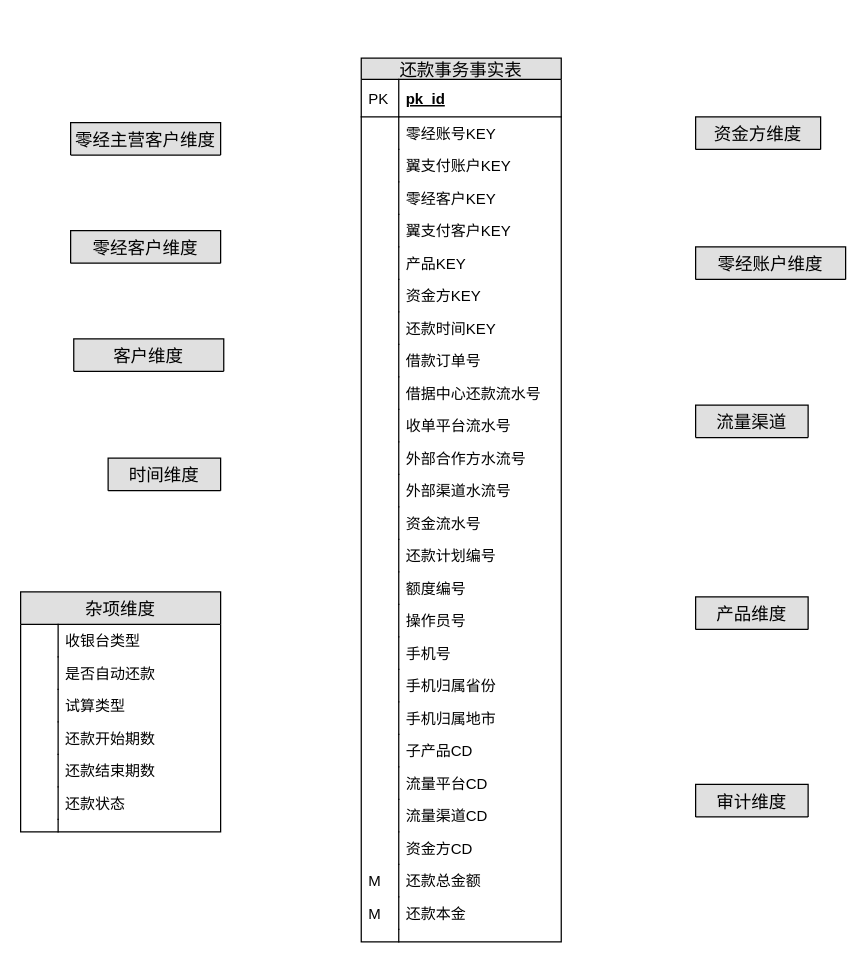
CarryNi/Orange keeps this draw.io diagram as page "还款" (4 of 6) of 零经交易域.drawio. Above is the earlier version. Source tidied: cells renumbered, new cells numbered last; positions are measured from the earlier drawing's top-left corner, leaving out a move shared by most shapes. Both pictures are drawn from the tidied source at 125%, with x=0, y=0 at pixel (20, 58).
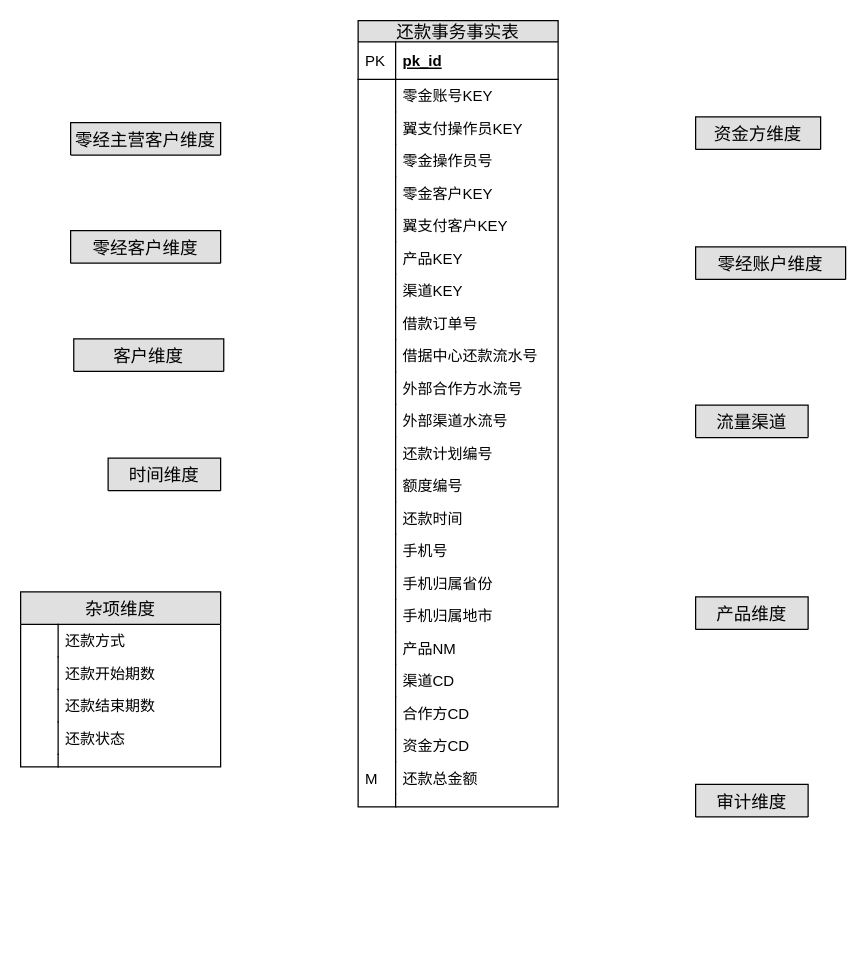
The same page after the edit.

Diff of the diagram source:
```diff
@@
     <mxCell id="2" value="还款事务事实表" style="swimlane;fontStyle=0;horizontal=1;startSize=17;fillColor=#e0e0e0;swimlaneFillColor=#ffffff;align=center;fontSize=14;" parent="1" vertex="1">
-      <mxGeometry x="272.5" width="160" height="707" as="geometry" />
+      <mxGeometry x="270" y="-30" width="160" height="629" as="geometry" />
     </mxCell>
@@
-    <mxCell id="5" value="零经账号KEY" style="shape=partialRectangle;top=0;left=0;right=0;bottom=0;align=left;verticalAlign=top;fillColor=none;spacingLeft=34;spacingRight=4;overflow=hidden;fontSize=12;" parent="2" vertex="1">
+    <mxCell id="5" value="零金账号KEY" style="shape=partialRectangle;top=0;left=0;right=0;bottom=0;align=left;verticalAlign=top;fillColor=none;spacingLeft=34;spacingRight=4;overflow=hidden;fontSize=12;" parent="2" vertex="1">
       <mxGeometry y="47" width="160" height="26" as="geometry" />
     </mxCell>
@@
-    <mxCell id="7" value="翼支付账户KEY" style="shape=partialRectangle;top=0;left=0;right=0;bottom=0;align=left;verticalAlign=top;fillColor=none;spacingLeft=34;spacingRight=4;overflow=hidden;fontSize=12;" parent="2" vertex="1">
+    <mxCell id="7" value="翼支付操作员KEY" style="shape=partialRectangle;top=0;left=0;right=0;bottom=0;align=left;verticalAlign=top;fillColor=none;spacingLeft=34;spacingRight=4;overflow=hidden;fontSize=12;" parent="2" vertex="1">
       <mxGeometry y="73" width="160" height="26" as="geometry" />
     </mxCell>
@@
+    <mxCell id="35" value="零金操作员号" style="shape=partialRectangle;top=0;left=0;right=0;bottom=0;align=left;verticalAlign=top;fillColor=none;spacingLeft=34;spacingRight=4;overflow=hidden;fontSize=12;" parent="2" vertex="1">
+      <mxGeometry y="99" width="160" height="26" as="geometry" />
+    </mxCell>
+    <mxCell id="36" style="shape=partialRectangle;top=0;left=0;bottom=0;fillColor=none;align=left;verticalAlign=top;spacingLeft=4;spacingRight=4;overflow=hidden;fontSize=12;" parent="35" vertex="1">
+      <mxGeometry width="30" height="26" as="geometry" />
+    </mxCell>
-    <mxCell id="9" value="零经客户KEY" style="shape=partialRectangle;top=0;left=0;right=0;bottom=0;align=left;verticalAlign=top;fillColor=none;spacingLeft=34;spacingRight=4;overflow=hidden;fontSize=12;" parent="2" vertex="1">
-      <mxGeometry y="99" width="160" height="26" as="geometry" />
+    <mxCell id="9" value="零金客户KEY" style="shape=partialRectangle;top=0;left=0;right=0;bottom=0;align=left;verticalAlign=top;fillColor=none;spacingLeft=34;spacingRight=4;overflow=hidden;fontSize=12;" parent="2" vertex="1">
+      <mxGeometry y="125" width="160" height="26" as="geometry" />
     </mxCell>
@@
     <mxCell id="11" value="翼支付客户KEY" style="shape=partialRectangle;top=0;left=0;right=0;bottom=0;align=left;verticalAlign=top;fillColor=none;spacingLeft=34;spacingRight=4;overflow=hidden;fontSize=12;" parent="2" vertex="1">
-      <mxGeometry y="125" width="160" height="26" as="geometry" />
+      <mxGeometry y="151" width="160" height="26" as="geometry" />
     </mxCell>
@@
     <mxCell id="13" value="产品KEY" style="shape=partialRectangle;top=0;left=0;right=0;bottom=0;align=left;verticalAlign=top;fillColor=none;spacingLeft=34;spacingRight=4;overflow=hidden;fontSize=12;" parent="2" vertex="1">
-      <mxGeometry y="151" width="160" height="26" as="geometry" />
+      <mxGeometry y="177" width="160" height="26" as="geometry" />
     </mxCell>
@@
-    <mxCell id="15" value="资金方KEY" style="shape=partialRectangle;top=0;left=0;right=0;bottom=0;align=left;verticalAlign=top;fillColor=none;spacingLeft=34;spacingRight=4;overflow=hidden;fontSize=12;" parent="2" vertex="1">
-      <mxGeometry y="177" width="160" height="26" as="geometry" />
-    </mxCell>
-    <mxCell id="16" style="shape=partialRectangle;top=0;left=0;bottom=0;fillColor=none;align=left;verticalAlign=top;spacingLeft=4;spacingRight=4;overflow=hidden;fontSize=12;" parent="15" vertex="1">
-      <mxGeometry width="30" height="26" as="geometry" />
-    </mxCell>
-    <mxCell id="17" value="还款时间KEY" style="shape=partialRectangle;top=0;left=0;right=0;bottom=0;align=left;verticalAlign=top;fillColor=none;spacingLeft=34;spacingRight=4;overflow=hidden;fontSize=12;" parent="2" vertex="1">
-      <mxGeometry y="203" width="160" height="26" as="geometry" />
-    </mxCell>
-    <mxCell id="18" style="shape=partialRectangle;top=0;left=0;bottom=0;fillColor=none;align=left;verticalAlign=top;spacingLeft=4;spacingRight=4;overflow=hidden;fontSize=12;" parent="17" vertex="1">
-      <mxGeometry width="30" height="26" as="geometry" />
-    </mxCell>
+    <mxCell id="81" value="渠道KEY" style="shape=partialRectangle;top=0;left=0;right=0;bottom=0;align=left;verticalAlign=top;fillColor=none;spacingLeft=34;spacingRight=4;overflow=hidden;fontSize=12;" parent="2" vertex="1">
+      <mxGeometry y="203" width="160" height="26" as="geometry" />
+    </mxCell>
+    <mxCell id="82" style="shape=partialRectangle;top=0;left=0;bottom=0;fillColor=none;align=left;verticalAlign=top;spacingLeft=4;spacingRight=4;overflow=hidden;fontSize=12;" parent="81" vertex="1">
+      <mxGeometry width="30" height="26" as="geometry" />
+    </mxCell>
@@
-    <mxCell id="23" value="收单平台流水号 " style="shape=partialRectangle;top=0;left=0;right=0;bottom=0;align=left;verticalAlign=top;fillColor=none;spacingLeft=34;spacingRight=4;overflow=hidden;fontSize=12;" parent="2" vertex="1">
-      <mxGeometry y="281" width="160" height="26" as="geometry" />
-    </mxCell>
-    <mxCell id="24" style="shape=partialRectangle;top=0;left=0;bottom=0;fillColor=none;align=left;verticalAlign=top;spacingLeft=4;spacingRight=4;overflow=hidden;fontSize=12;" parent="23" vertex="1">
-      <mxGeometry width="30" height="26" as="geometry" />
-    </mxCell>
     <mxCell id="25" value="外部合作方水流号" style="shape=partialRectangle;top=0;left=0;right=0;bottom=0;align=left;verticalAlign=top;fillColor=none;spacingLeft=34;spacingRight=4;overflow=hidden;fontSize=12;" parent="2" vertex="1">
-      <mxGeometry y="307" width="160" height="26" as="geometry" />
+      <mxGeometry y="281" width="160" height="26" as="geometry" />
     </mxCell>
@@
     <mxCell id="27" value="外部渠道水流号" style="shape=partialRectangle;top=0;left=0;right=0;bottom=0;align=left;verticalAlign=top;fillColor=none;spacingLeft=34;spacingRight=4;overflow=hidden;fontSize=12;" parent="2" vertex="1">
-      <mxGeometry y="333" width="160" height="26" as="geometry" />
+      <mxGeometry y="307" width="160" height="26" as="geometry" />
     </mxCell>
@@
-    <mxCell id="29" value="资金流水号" style="shape=partialRectangle;top=0;left=0;right=0;bottom=0;align=left;verticalAlign=top;fillColor=none;spacingLeft=34;spacingRight=4;overflow=hidden;fontSize=12;" parent="2" vertex="1">
-      <mxGeometry y="359" width="160" height="26" as="geometry" />
-    </mxCell>
-    <mxCell id="30" style="shape=partialRectangle;top=0;left=0;bottom=0;fillColor=none;align=left;verticalAlign=top;spacingLeft=4;spacingRight=4;overflow=hidden;fontSize=12;" parent="29" vertex="1">
-      <mxGeometry width="30" height="26" as="geometry" />
-    </mxCell>
     <mxCell id="31" value="还款计划编号 " style="shape=partialRectangle;top=0;left=0;right=0;bottom=0;align=left;verticalAlign=top;fillColor=none;spacingLeft=34;spacingRight=4;overflow=hidden;fontSize=12;" parent="2" vertex="1">
-      <mxGeometry y="385" width="160" height="26" as="geometry" />
+      <mxGeometry y="333" width="160" height="26" as="geometry" />
     </mxCell>
@@
     <mxCell id="33" value="额度编号" style="shape=partialRectangle;top=0;left=0;right=0;bottom=0;align=left;verticalAlign=top;fillColor=none;spacingLeft=34;spacingRight=4;overflow=hidden;fontSize=12;" parent="2" vertex="1">
-      <mxGeometry y="411" width="160" height="26" as="geometry" />
+      <mxGeometry y="359" width="160" height="26" as="geometry" />
     </mxCell>
@@
-    <mxCell id="35" value="操作员号" style="shape=partialRectangle;top=0;left=0;right=0;bottom=0;align=left;verticalAlign=top;fillColor=none;spacingLeft=34;spacingRight=4;overflow=hidden;fontSize=12;" parent="2" vertex="1">
-      <mxGeometry y="437" width="160" height="26" as="geometry" />
-    </mxCell>
-    <mxCell id="36" style="shape=partialRectangle;top=0;left=0;bottom=0;fillColor=none;align=left;verticalAlign=top;spacingLeft=4;spacingRight=4;overflow=hidden;fontSize=12;" parent="35" vertex="1">
-      <mxGeometry width="30" height="26" as="geometry" />
-    </mxCell>
+    <mxCell id="17" value="还款时间&#10;" style="shape=partialRectangle;top=0;left=0;right=0;bottom=0;align=left;verticalAlign=top;fillColor=none;spacingLeft=34;spacingRight=4;overflow=hidden;fontSize=12;" parent="2" vertex="1">
+      <mxGeometry y="385" width="160" height="26" as="geometry" />
+    </mxCell>
+    <mxCell id="18" style="shape=partialRectangle;top=0;left=0;bottom=0;fillColor=none;align=left;verticalAlign=top;spacingLeft=4;spacingRight=4;overflow=hidden;fontSize=12;" parent="17" vertex="1">
+      <mxGeometry width="30" height="26" as="geometry" />
+    </mxCell>
     <mxCell id="37" value="手机号" style="shape=partialRectangle;top=0;left=0;right=0;bottom=0;align=left;verticalAlign=top;fillColor=none;spacingLeft=34;spacingRight=4;overflow=hidden;fontSize=12;" parent="2" vertex="1">
-      <mxGeometry y="463" width="160" height="26" as="geometry" />
+      <mxGeometry y="411" width="160" height="26" as="geometry" />
     </mxCell>
@@
     <mxCell id="39" value="手机归属省份" style="shape=partialRectangle;top=0;left=0;right=0;bottom=0;align=left;verticalAlign=top;fillColor=none;spacingLeft=34;spacingRight=4;overflow=hidden;fontSize=12;" parent="2" vertex="1">
-      <mxGeometry y="489" width="160" height="26" as="geometry" />
+      <mxGeometry y="437" width="160" height="26" as="geometry" />
     </mxCell>
@@
     <mxCell id="41" value="手机归属地市" style="shape=partialRectangle;top=0;left=0;right=0;bottom=0;align=left;verticalAlign=top;fillColor=none;spacingLeft=34;spacingRight=4;overflow=hidden;fontSize=12;" parent="2" vertex="1">
-      <mxGeometry y="515" width="160" height="26" as="geometry" />
+      <mxGeometry y="463" width="160" height="26" as="geometry" />
     </mxCell>
@@
-    <mxCell id="43" value="子产品CD" style="shape=partialRectangle;top=0;left=0;right=0;bottom=0;align=left;verticalAlign=top;fillColor=none;spacingLeft=34;spacingRight=4;overflow=hidden;fontSize=12;" parent="2" vertex="1">
-      <mxGeometry y="541" width="160" height="26" as="geometry" />
+    <mxCell id="43" value="产品NM" style="shape=partialRectangle;top=0;left=0;right=0;bottom=0;align=left;verticalAlign=top;fillColor=none;spacingLeft=34;spacingRight=4;overflow=hidden;fontSize=12;" parent="2" vertex="1">
+      <mxGeometry y="489" width="160" height="26" as="geometry" />
     </mxCell>
@@
-    <mxCell id="45" value="流量平台CD" style="shape=partialRectangle;top=0;left=0;right=0;bottom=0;align=left;verticalAlign=top;fillColor=none;spacingLeft=34;spacingRight=4;overflow=hidden;fontSize=12;" parent="2" vertex="1">
-      <mxGeometry y="567" width="160" height="26" as="geometry" />
-    </mxCell>
-    <mxCell id="46" style="shape=partialRectangle;top=0;left=0;bottom=0;fillColor=none;align=left;verticalAlign=top;spacingLeft=4;spacingRight=4;overflow=hidden;fontSize=12;" parent="45" vertex="1">
-      <mxGeometry width="30" height="26" as="geometry" />
-    </mxCell>
-    <mxCell id="47" value="流量渠道CD" style="shape=partialRectangle;top=0;left=0;right=0;bottom=0;align=left;verticalAlign=top;fillColor=none;spacingLeft=34;spacingRight=4;overflow=hidden;fontSize=12;" parent="2" vertex="1">
-      <mxGeometry y="593" width="160" height="26" as="geometry" />
+    <mxCell id="47" value="渠道CD" style="shape=partialRectangle;top=0;left=0;right=0;bottom=0;align=left;verticalAlign=top;fillColor=none;spacingLeft=34;spacingRight=4;overflow=hidden;fontSize=12;" parent="2" vertex="1">
+      <mxGeometry y="515" width="160" height="26" as="geometry" />
     </mxCell>
@@
+    <mxCell id="83" value="合作方CD" style="shape=partialRectangle;top=0;left=0;right=0;bottom=0;align=left;verticalAlign=top;fillColor=none;spacingLeft=34;spacingRight=4;overflow=hidden;fontSize=12;" parent="2" vertex="1">
+      <mxGeometry y="541" width="160" height="26" as="geometry" />
+    </mxCell>
+    <mxCell id="84" style="shape=partialRectangle;top=0;left=0;bottom=0;fillColor=none;align=left;verticalAlign=top;spacingLeft=4;spacingRight=4;overflow=hidden;fontSize=12;" parent="83" vertex="1">
+      <mxGeometry width="30" height="26" as="geometry" />
+    </mxCell>
     <mxCell id="49" value="资金方CD" style="shape=partialRectangle;top=0;left=0;right=0;bottom=0;align=left;verticalAlign=top;fillColor=none;spacingLeft=34;spacingRight=4;overflow=hidden;fontSize=12;" parent="2" vertex="1">
-      <mxGeometry y="619" width="160" height="26" as="geometry" />
+      <mxGeometry y="567" width="160" height="26" as="geometry" />
     </mxCell>
@@
     <mxCell id="51" value="还款总金额" style="shape=partialRectangle;top=0;left=0;right=0;bottom=0;align=left;verticalAlign=top;fillColor=none;spacingLeft=34;spacingRight=4;overflow=hidden;fontSize=12;" parent="2" vertex="1">
-      <mxGeometry y="645" width="160" height="26" as="geometry" />
+      <mxGeometry y="593" width="160" height="26" as="geometry" />
     </mxCell>
@@
-    <mxCell id="53" value="还款本金" style="shape=partialRectangle;top=0;left=0;right=0;bottom=0;align=left;verticalAlign=top;fillColor=none;spacingLeft=34;spacingRight=4;overflow=hidden;fontSize=12;" parent="2" vertex="1">
-      <mxGeometry y="671" width="160" height="26" as="geometry" />
-    </mxCell>
-    <mxCell id="54" value="M" style="shape=partialRectangle;top=0;left=0;bottom=0;fillColor=none;align=left;verticalAlign=top;spacingLeft=4;spacingRight=4;overflow=hidden;fontSize=12;" parent="53" vertex="1">
-      <mxGeometry width="30" height="26" as="geometry" />
-    </mxCell>
     <mxCell id="55" style="shape=partialRectangle;top=0;left=0;right=0;bottom=0;align=left;verticalAlign=top;fillColor=none;spacingLeft=34;spacingRight=4;overflow=hidden;fontSize=12;" parent="2" vertex="1">
-      <mxGeometry y="697" width="160" height="10" as="geometry" />
+      <mxGeometry y="619" width="160" height="10" as="geometry" />
     </mxCell>
@@
     <mxCell id="61" value="杂项维度" style="swimlane;fontStyle=0;horizontal=1;startSize=26;fillColor=#e0e0e0;swimlaneFillColor=#ffffff;align=center;fontSize=14;" parent="1" vertex="1">
-      <mxGeometry y="427" width="160" height="192" as="geometry" />
+      <mxGeometry y="427" width="160" height="140" as="geometry" />
     </mxCell>
-    <mxCell id="62" value="收银台类型" style="shape=partialRectangle;top=0;left=0;right=0;bottom=0;align=left;verticalAlign=top;fillColor=none;spacingLeft=34;spacingRight=4;overflow=hidden;fontSize=12;" parent="61" vertex="1">
-      <mxGeometry y="26" width="160" height="26" as="geometry" />
-    </mxCell>
-    <mxCell id="63" style="shape=partialRectangle;top=0;left=0;bottom=0;fillColor=none;align=left;verticalAlign=top;spacingLeft=4;spacingRight=4;overflow=hidden;fontSize=12;" parent="62" vertex="1">
-      <mxGeometry width="30" height="26" as="geometry" />
-    </mxCell>
-    <mxCell id="64" value="是否自动还款" style="shape=partialRectangle;top=0;left=0;right=0;bottom=0;align=left;verticalAlign=top;fillColor=none;spacingLeft=34;spacingRight=4;overflow=hidden;fontSize=12;" parent="61" vertex="1">
-      <mxGeometry y="52" width="160" height="26" as="geometry" />
+    <mxCell id="64" value="还款方式&#10;" style="shape=partialRectangle;top=0;left=0;right=0;bottom=0;align=left;verticalAlign=top;fillColor=none;spacingLeft=34;spacingRight=4;overflow=hidden;fontSize=12;" parent="61" vertex="1">
+      <mxGeometry y="26" width="160" height="26" as="geometry" />
     </mxCell>
@@
-    <mxCell id="66" value="试算类型" style="shape=partialRectangle;top=0;left=0;right=0;bottom=0;align=left;verticalAlign=top;fillColor=none;spacingLeft=34;spacingRight=4;overflow=hidden;fontSize=12;" parent="61" vertex="1">
-      <mxGeometry y="78" width="160" height="26" as="geometry" />
-    </mxCell>
-    <mxCell id="67" style="shape=partialRectangle;top=0;left=0;bottom=0;fillColor=none;align=left;verticalAlign=top;spacingLeft=4;spacingRight=4;overflow=hidden;fontSize=12;" parent="66" vertex="1">
-      <mxGeometry width="30" height="26" as="geometry" />
-    </mxCell>
     <mxCell id="68" value="还款开始期数 " style="shape=partialRectangle;top=0;left=0;right=0;bottom=0;align=left;verticalAlign=top;fillColor=none;spacingLeft=34;spacingRight=4;overflow=hidden;fontSize=12;" parent="61" vertex="1">
-      <mxGeometry y="104" width="160" height="26" as="geometry" />
+      <mxGeometry y="52" width="160" height="26" as="geometry" />
     </mxCell>
@@
     <mxCell id="70" value="还款结束期数 " style="shape=partialRectangle;top=0;left=0;right=0;bottom=0;align=left;verticalAlign=top;fillColor=none;spacingLeft=34;spacingRight=4;overflow=hidden;fontSize=12;" parent="61" vertex="1">
-      <mxGeometry y="130" width="160" height="26" as="geometry" />
+      <mxGeometry y="78" width="160" height="26" as="geometry" />
     </mxCell>
@@
     <mxCell id="72" value="还款状态" style="shape=partialRectangle;top=0;left=0;right=0;bottom=0;align=left;verticalAlign=top;fillColor=none;spacingLeft=34;spacingRight=4;overflow=hidden;fontSize=12;" parent="61" vertex="1">
-      <mxGeometry y="156" width="160" height="26" as="geometry" />
+      <mxGeometry y="104" width="160" height="26" as="geometry" />
     </mxCell>
@@
     <mxCell id="74" style="shape=partialRectangle;top=0;left=0;right=0;bottom=0;align=left;verticalAlign=top;fillColor=none;spacingLeft=34;spacingRight=4;overflow=hidden;fontSize=12;" parent="61" vertex="1">
-      <mxGeometry y="182" width="160" height="10" as="geometry" />
+      <mxGeometry y="130" width="160" height="10" as="geometry" />
     </mxCell>
```
